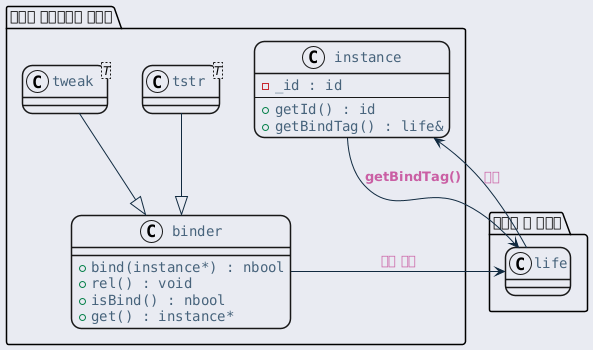
byeolang/website keeps this PlantUML diagram as ref/generated/ko/inline_umlgraph_10.png. Above is the earlier version.
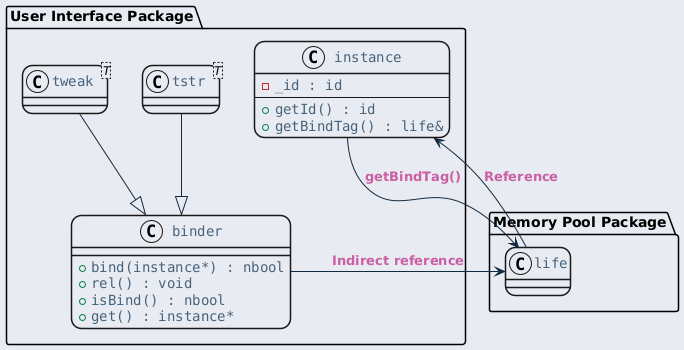
After the change.

What changed in the source:
```diff
@@ -23,7 +23,7 @@
     }
 }
 </style>
-package "사용자 인터페이스 패키지" {
+package "User Interface Package" {
     class "instance" as instance {
         - _id : id
         ---
@@ -42,13 +42,13 @@
     class "tweak<T>" as tweak
 }
 
-package "메모리 풀 패키지" {
+package "Memory Pool Package" {
   class life {}
 }
 
-life --> instance : 참조
+life --> instance : Reference
 
-binder --> life : 간접 참조
+binder --> life : Indirect reference
 tstr --|> binder
 tweak --|> binder
 instance --> life : getBindTag()
```
